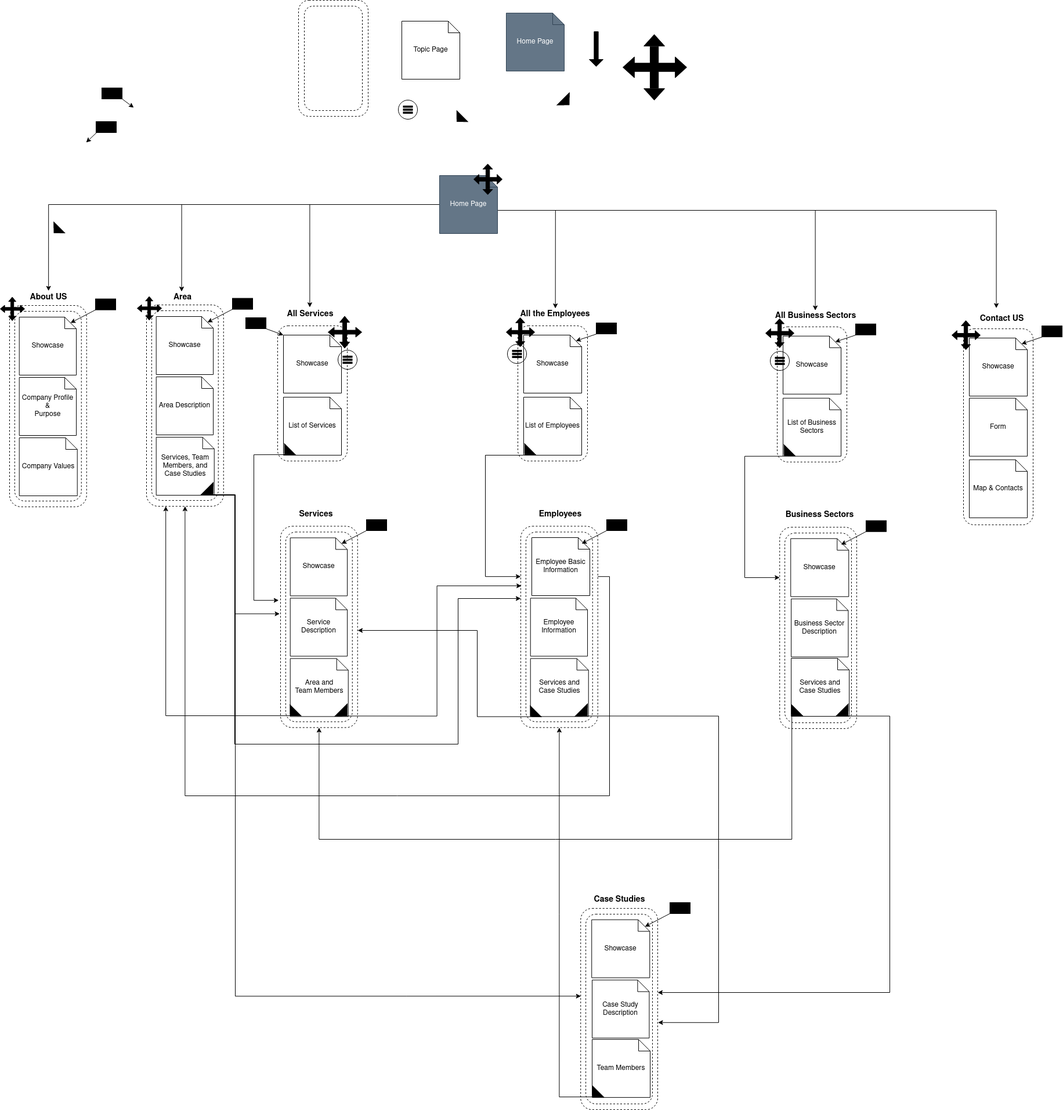
Above: Design Documents/P-IDM.png in manzomanze/HypermediaApplicationsProject-Manzella-Messuti-Pelagatti-Pellizzer (draw.io), before the change. Source tidied: cells renumbered, new cells last; positions are measured from the earlier drawing's top-left corner, leaving out a move shared by most shapes.
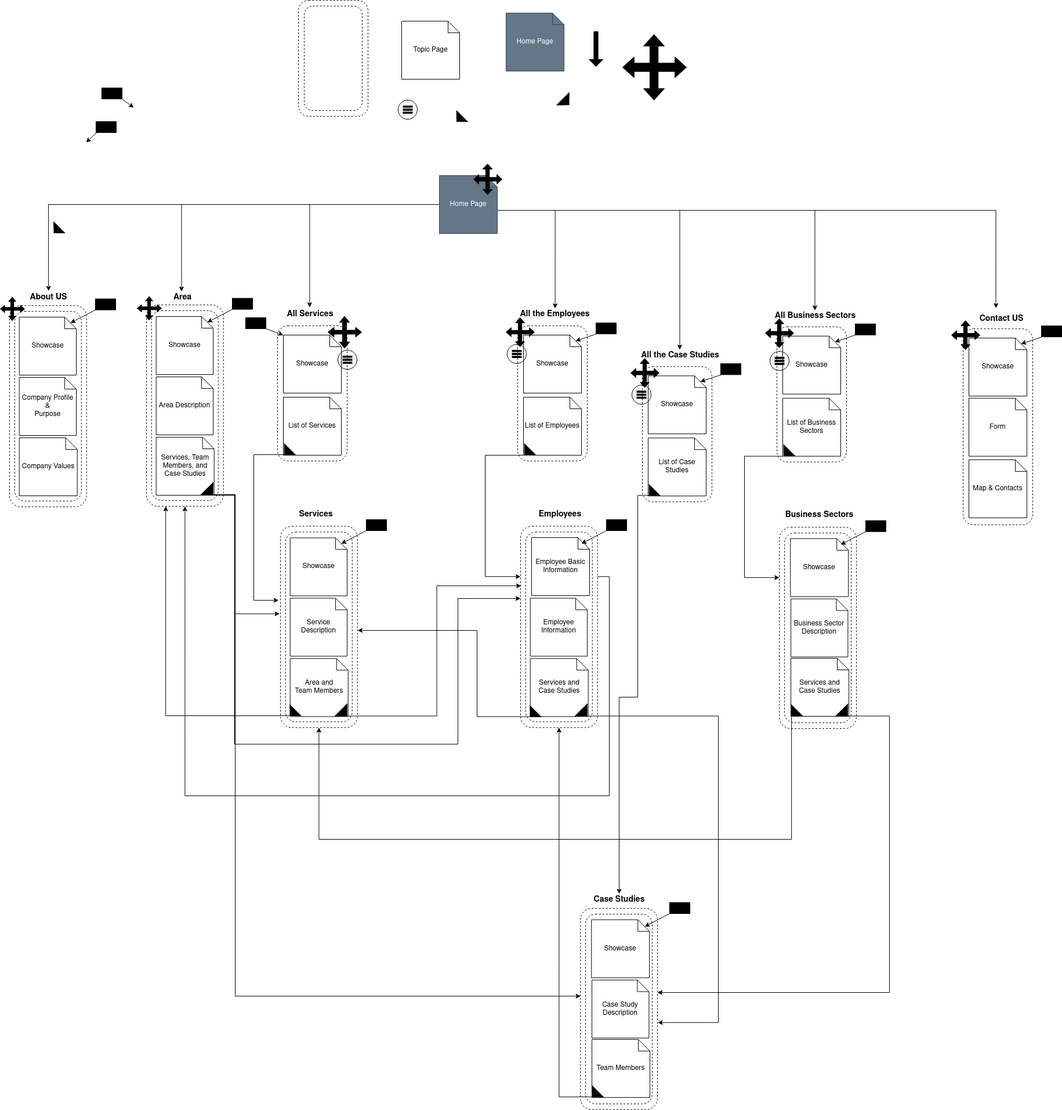
Later version of the same file.

What changed in the source:
```diff
@@ -42,6 +42,9 @@
         <mxPoint x="1716.6" y="530.5" as="targetPoint" />
       </mxGeometry>
     </mxCell>
+    <mxCell id="186" style="edgeStyle=orthogonalEdgeStyle;rounded=0;jettySize=auto;html=1;exitX=0;exitY=0;exitDx=100;exitDy=60;exitPerimeter=0;" parent="1" edge="1" source="14" target="188">
+      <mxGeometry relative="1" as="geometry" />
+    </mxCell>
     <mxCell id="14" value="&lt;div&gt;Home Page&lt;/div&gt;" style="shape=note;size=20;whiteSpace=wrap;html=1;fillColor=#647687;strokeColor=#314354;fontColor=#ffffff;" parent="1" vertex="1">
       <mxGeometry x="757" y="302" width="100" height="100" as="geometry" />
     </mxCell>
@@ -639,5 +642,64 @@
     <mxCell id="185" style="ellipse;whiteSpace=wrap;html=1;fillColor=none;" parent="183" vertex="1">
       <mxGeometry width="33" height="33" as="geometry" />
     </mxCell>
+    <mxCell id="187" style="rounded=1;whiteSpace=wrap;html=1;glass=0;strokeColor=#000000;strokeWidth=1;fillColor=none;dashed=1;" parent="1" vertex="1">
+      <mxGeometry x="1107" y="631.3" width="120" height="233" as="geometry" />
+    </mxCell>
+    <mxCell id="188" value="&lt;font style=&quot;font-size: 14px&quot;&gt;&lt;b&gt;All the Case Studies&lt;br&gt;&lt;/b&gt;&lt;/font&gt;" style="text;html=1;align=center;verticalAlign=middle;points=[];strokeColor=none;" parent="1" vertex="1">
+      <mxGeometry x="1099" y="602.1" width="145" height="19" as="geometry" />
+    </mxCell>
+    <mxCell id="189" value="Showcase" style="shape=note;size=20;whiteSpace=wrap;html=1;" parent="1" vertex="1">
+      <mxGeometry x="1117" y="647.3" width="100" height="100" as="geometry" />
+    </mxCell>
+    <mxCell id="190" value="&lt;div&gt;List of Case Studies&lt;/div&gt;" style="shape=note;size=20;whiteSpace=wrap;html=1;" parent="1" vertex="1">
+      <mxGeometry x="1117" y="754.3" width="100" height="100" as="geometry" />
+    </mxCell>
+    <mxCell id="191" style="edgeStyle=orthogonalEdgeStyle;rounded=0;jettySize=auto;html=1;exitX=1;exitY=0.5;exitDx=0;exitDy=0;" parent="1" edge="1" source="192" target="157">
+      <mxGeometry relative="1" as="geometry">
+        <Array as="points">
+          <mxPoint x="1099" y="853" />
+          <mxPoint x="1099" y="1201" />
+          <mxPoint x="1067" y="1201" />
+        </Array>
+      </mxGeometry>
+    </mxCell>
+    <mxCell id="192" style="triangle;whiteSpace=wrap;html=1;rotation=135;fillColor=#000000;" parent="1" vertex="1">
+      <mxGeometry x="1117" y="835.3" width="13" height="26.9" as="geometry" />
+    </mxCell>
+    <mxCell id="193" style="group;" parent="1" vertex="1">
+      <mxGeometry x="1087" y="617.3" width="49" height="50" as="geometry" />
+    </mxCell>
+    <mxCell id="194" style="shape=cross;whiteSpace=wrap;html=1;fillColor=#000000;" parent="193" vertex="1">
+      <mxGeometry x="8" y="9.1" width="32.1" height="31.7" as="geometry" />
+    </mxCell>
+    <mxCell id="195" style="triangle;whiteSpace=wrap;html=1;fillColor=#000000;rotation=-90;" parent="193" vertex="1">
+      <mxGeometry x="19.7" y="-3.6" width="8.8" height="15.9" as="geometry" />
+    </mxCell>
+    <mxCell id="196" style="triangle;whiteSpace=wrap;html=1;fillColor=#000000;rotation=0;" parent="193" vertex="1">
+      <mxGeometry x="40.2" y="17.1" width="8.8" height="15.9" as="geometry" />
+    </mxCell>
+    <mxCell id="197" style="triangle;whiteSpace=wrap;html=1;fillColor=#000000;rotation=90;" parent="193" vertex="1">
+      <mxGeometry x="19.7" y="37.7" width="8.8" height="15.9" as="geometry" />
+    </mxCell>
+    <mxCell id="198" style="triangle;whiteSpace=wrap;html=1;fillColor=#000000;rotation=-180;" parent="193" vertex="1">
+      <mxGeometry y="17.1" width="8.8" height="15.9" as="geometry" />
+    </mxCell>
+    <mxCell id="199" style="rounded=0;whiteSpace=wrap;html=1;fillColor=#000000;strokeColor=#000000;" parent="1" vertex="1">
+      <mxGeometry x="1242" y="626.3" width="35" height="19" as="geometry" />
+    </mxCell>
+    <mxCell id="200" style="endArrow=classic;html=1;entryX=0;entryY=0;entryDx=90;entryDy=10;entryPerimeter=0;" parent="1" edge="1" target="189">
+      <mxGeometry relative="1" as="geometry">
+        <mxPoint x="1243" y="645.3" as="sourcePoint" />
+      </mxGeometry>
+    </mxCell>
+    <mxCell id="201" style="group;" parent="1" vertex="1">
+      <mxGeometry x="1089" y="663.3" width="33" height="33" as="geometry" />
+    </mxCell>
+    <mxCell id="202" style="shape=parallelMarker;direction=south;html=1;" parent="201" vertex="1">
+      <mxGeometry x="8.5" y="10" width="16" height="13" as="geometry" />
+    </mxCell>
+    <mxCell id="203" style="ellipse;whiteSpace=wrap;html=1;fillColor=none;" parent="201" vertex="1">
+      <mxGeometry width="33" height="33" as="geometry" />
+    </mxCell>
   </root>
 </mxGraphModel>
```
